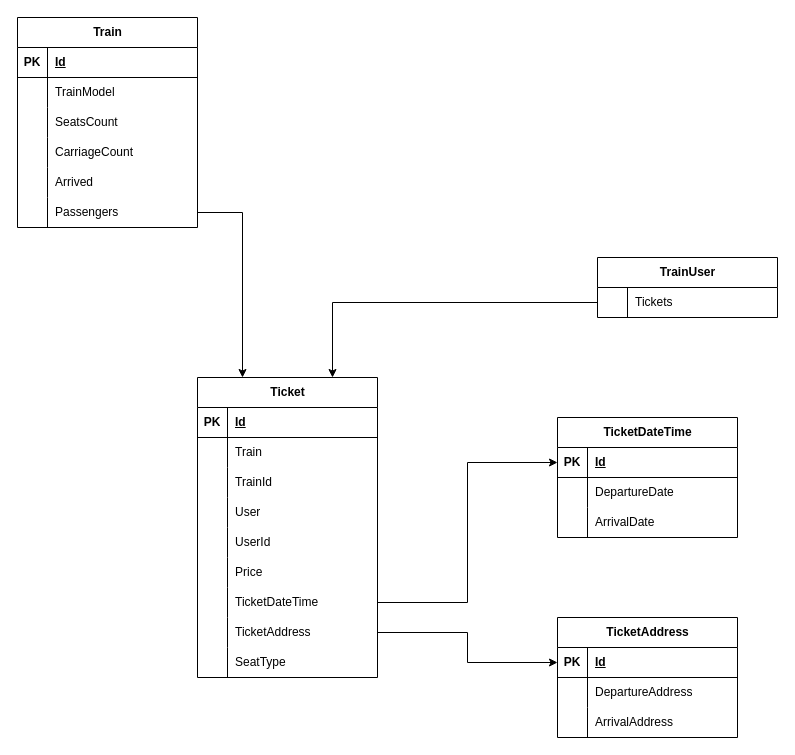
This is docs/trainmanagementsystem.drawio from CloudlyFog/TrainManagementSystem, a draw.io file, before an edit. Source tidied: cells renumbered, new cells numbered last; positions are measured from the earlier drawing's top-left corner, leaving out a move shared by most shapes. Both pictures are drawn from the tidied source at 100%, with x=0, y=0 at pixel (17, 17).
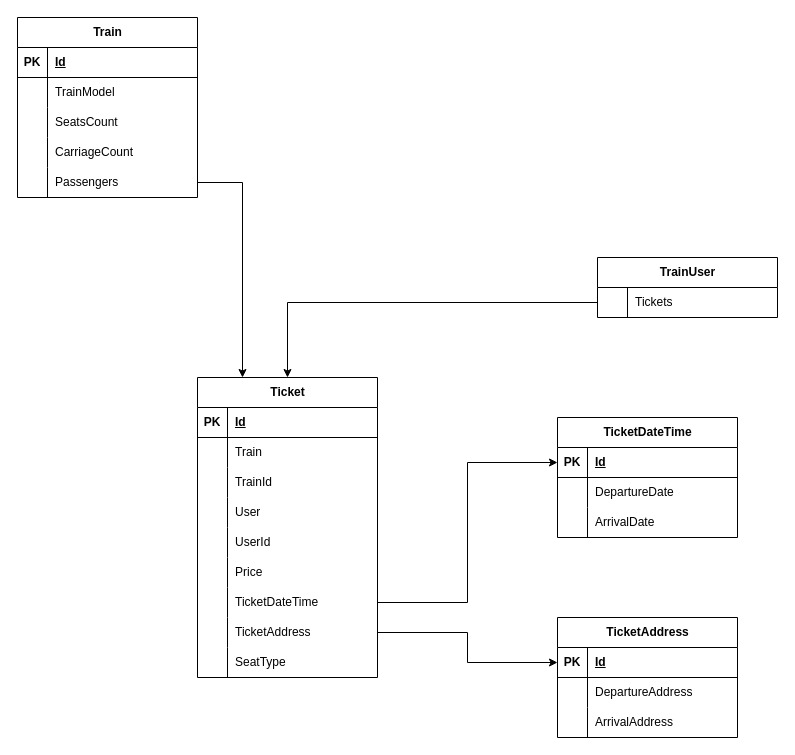
The same diagram, later.

Commit message (it also covers changes not shown here):
Added default values for models. And also removed property Arrived in model Train for its needlessness.

The change refers to these unchanged cells:
```xml
<mxCell id="22" style="shape=tableRow;horizontal=0;startSize=0;swimlaneHead=0;swimlaneBody=0;fillColor=none;points=[[0,0.5],[1,0.5]];portConstraint=eastwest;top=0;left=0;right=0;bottom=0;" parent="21" vertex="1">
  <mxGeometry y="30" width="180" height="30" as="geometry" />
</mxCell>
<mxCell id="25" value="Ticket" style="shape=table;startSize=30;childLayout=tableLayout;rowLines=0;fontStyle=1;align=center;html=1;" parent="1" vertex="1">
  <mxGeometry x="180" y="360" width="180" height="300" as="geometry" />
</mxCell>
```

Change to the diagram source:
```diff
@@
     <mxCell id="2" value="Train" style="shape=table;startSize=30;childLayout=tableLayout;rowLines=0;fontStyle=1;align=center;html=1;" parent="1" vertex="1">
-      <mxGeometry width="180" height="210" as="geometry" />
+      <mxGeometry width="180" height="180" as="geometry" />
     </mxCell>
@@
-    <mxCell id="15" style="shape=tableRow;horizontal=0;startSize=0;swimlaneHead=0;swimlaneBody=0;fillColor=none;top=0;left=0;right=0;bottom=0;" parent="2" vertex="1">
-      <mxGeometry y="150" width="180" height="30" as="geometry" />
-    </mxCell>
-    <mxCell id="16" style="shape=partialRectangle;fillColor=none;top=0;left=0;bottom=0;right=0;overflow=hidden;whiteSpace=wrap;html=1;" parent="15" vertex="1">
-      <mxGeometry width="30" height="30" as="geometry" />
-    </mxCell>
-    <mxCell id="17" value="Arrived" style="shape=partialRectangle;fillColor=none;top=0;left=0;bottom=0;right=0;align=left;spacingLeft=6;overflow=hidden;whiteSpace=wrap;html=1;" parent="15" vertex="1">
-      <mxGeometry x="30" width="150" height="30" as="geometry" />
-    </mxCell>
     <mxCell id="18" style="shape=tableRow;horizontal=0;startSize=0;swimlaneHead=0;swimlaneBody=0;fillColor=none;points=[[0,0.5],[1,0.5]];portConstraint=eastwest;top=0;left=0;right=0;bottom=0;" parent="2" vertex="1">
-      <mxGeometry y="180" width="180" height="30" as="geometry" />
+      <mxGeometry y="150" width="180" height="30" as="geometry" />
     </mxCell>
@@
-    <mxCell id="53" style="edgeStyle=orthogonalEdgeStyle;rounded=0;jettySize=auto;html=1;exitX=0;exitY=0.5;exitDx=0;exitDy=0;entryX=0.75;entryY=0;entryDx=0;entryDy=0;" parent="1" edge="1" source="22" target="25">
+    <mxCell id="53" style="edgeStyle=orthogonalEdgeStyle;rounded=0;jettySize=auto;html=1;exitX=0;exitY=0.5;exitDx=0;exitDy=0;entryX=0.5;entryY=0;entryDx=0;entryDy=0;" parent="1" edge="1" source="22" target="25">
       <mxGeometry relative="1" as="geometry" />
     </mxCell>
```
